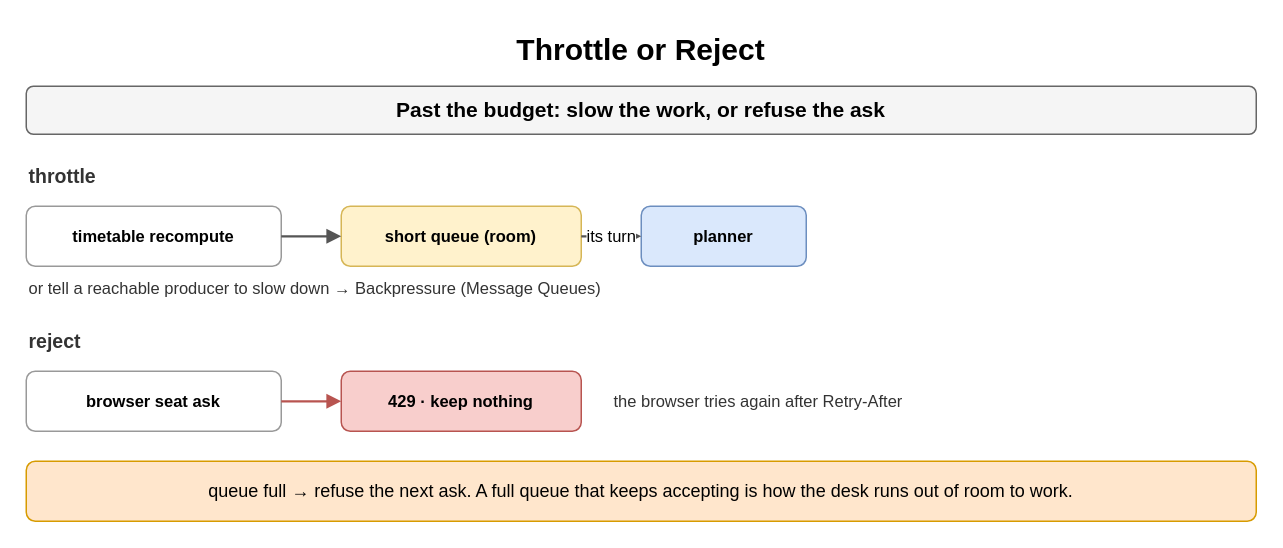
This is page "Throttle or Reject" (3 of 8) of content/09_System_Design_Interview/17_Rate_Limiting_and_Throttling/diagrams/rate-limiting.drawio from amendez13/swe-study-guide, a draw.io file, before an edit. Source tidied: cells renumbered, new cells numbered last; positions are measured from the earlier drawing's top-left corner, leaving out a move shared by most shapes. Both pictures are drawn from the tidied source at 150%, with x=0, y=0 at pixel (26, 26).
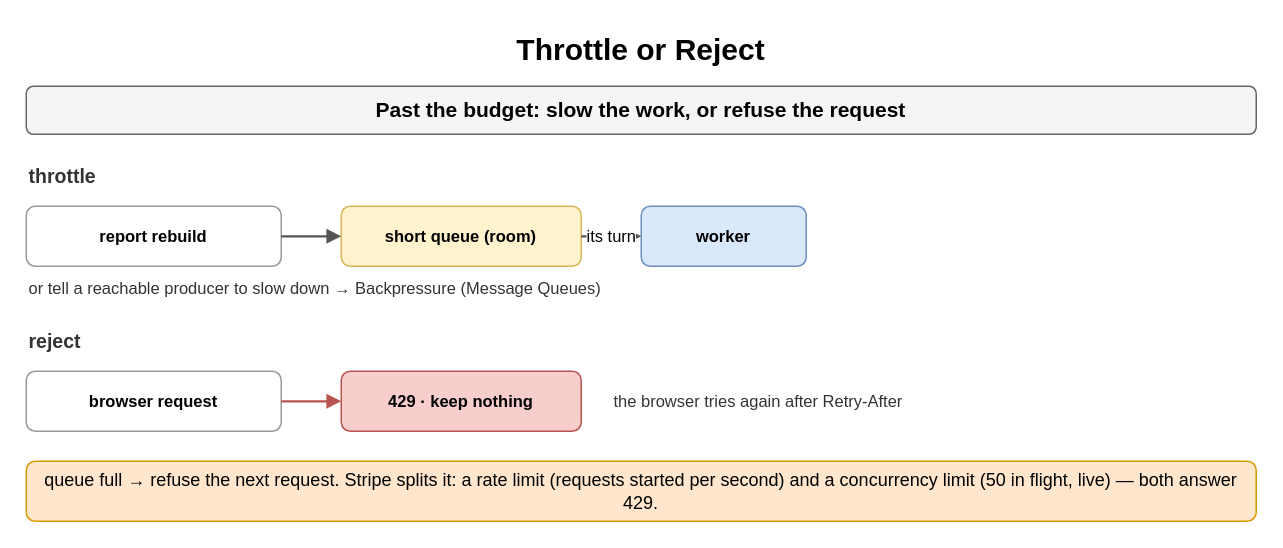
The same page after the edit.

Change to the diagram source:
```diff
@@
 <mxGraphModel>
   <root>
     <mxCell id="0" />
     <mxCell id="1" parent="0" />
     <mxCell id="2" value="Throttle or Reject" style="text;html=1;align=center;verticalAlign=middle;whiteSpace=wrap;fontSize=20;fontStyle=1;" parent="1" vertex="1">
       <mxGeometry width="820" height="30" as="geometry" />
     </mxCell>
-    <mxCell id="3" value="Past the budget: slow the work, or refuse the ask" style="rounded=1;whiteSpace=wrap;html=1;fillColor=#f5f5f5;strokeColor=#666666;fontStyle=1;fontSize=14;" parent="1" vertex="1">
+    <mxCell id="3" value="Past the budget: slow the work, or refuse the request" style="rounded=1;whiteSpace=wrap;html=1;fillColor=#f5f5f5;strokeColor=#666666;fontStyle=1;fontSize=14;" parent="1" vertex="1">
       <mxGeometry y="40" width="820" height="32" as="geometry" />
     </mxCell>
     <mxCell id="4" value="throttle" style="text;html=1;whiteSpace=wrap;fontSize=11;align=left;verticalAlign=middle;fontSize=13;fontColor=#333333;fontStyle=1;" parent="1" vertex="1">
       <mxGeometry y="90" width="400" height="20" as="geometry" />
     </mxCell>
-    <mxCell id="5" value="timetable recompute" style="rounded=1;whiteSpace=wrap;html=1;fillColor=#ffffff;strokeColor=#999999;fontSize=11;align=center;fontStyle=1;" parent="1" vertex="1">
+    <mxCell id="5" value="report rebuild" style="rounded=1;whiteSpace=wrap;html=1;fillColor=#ffffff;strokeColor=#999999;fontSize=11;align=center;fontStyle=1;" parent="1" vertex="1">
       <mxGeometry y="120" width="170" height="40" as="geometry" />
     </mxCell>
     <mxCell id="6" value="short queue (room)" style="rounded=1;whiteSpace=wrap;html=1;fillColor=#fff2cc;strokeColor=#d6b656;fontSize=11;align=center;fontStyle=1;" parent="1" vertex="1">
       <mxGeometry x="210" y="120" width="160" height="40" as="geometry" />
     </mxCell>
-    <mxCell id="7" value="planner" style="rounded=1;whiteSpace=wrap;html=1;fillColor=#dae8fc;strokeColor=#6c8ebf;fontSize=11;align=center;fontStyle=1;" parent="1" vertex="1">
+    <mxCell id="7" value="worker" style="rounded=1;whiteSpace=wrap;html=1;fillColor=#dae8fc;strokeColor=#6c8ebf;fontSize=11;align=center;fontStyle=1;" parent="1" vertex="1">
       <mxGeometry x="410" y="120" width="110" height="40" as="geometry" />
     </mxCell>
     <mxCell id="8" style="endArrow=block;endSize=6;html=1;strokeWidth=1.5;strokeColor=#555555;fontSize=11;labelBackgroundColor=#ffffff;" parent="1" edge="1" source="5" target="6">
       <mxGeometry relative="1" as="geometry" />
     </mxCell>
     <mxCell id="9" value="its turn" style="endArrow=block;endSize=6;html=1;strokeWidth=1.5;strokeColor=#555555;fontSize=11;labelBackgroundColor=#ffffff;" parent="1" edge="1" source="6" target="7">
       <mxGeometry relative="1" as="geometry" />
     </mxCell>
     <mxCell id="10" value="or tell a reachable producer to slow down → Backpressure (Message Queues)" style="text;html=1;whiteSpace=wrap;fontSize=11;align=left;verticalAlign=middle;fontSize=11;fontColor=#333333;" parent="1" vertex="1">
       <mxGeometry y="166" width="600" height="18" as="geometry" />
     </mxCell>
     <mxCell id="11" value="reject" style="text;html=1;whiteSpace=wrap;fontSize=11;align=left;verticalAlign=middle;fontSize=13;fontColor=#333333;fontStyle=1;" parent="1" vertex="1">
       <mxGeometry y="200" width="400" height="20" as="geometry" />
     </mxCell>
-    <mxCell id="12" value="browser seat ask" style="rounded=1;whiteSpace=wrap;html=1;fillColor=#ffffff;strokeColor=#999999;fontSize=11;align=center;fontStyle=1;" parent="1" vertex="1">
+    <mxCell id="12" value="browser request" style="rounded=1;whiteSpace=wrap;html=1;fillColor=#ffffff;strokeColor=#999999;fontSize=11;align=center;fontStyle=1;" parent="1" vertex="1">
       <mxGeometry y="230" width="170" height="40" as="geometry" />
     </mxCell>
     <mxCell id="13" value="429 · keep nothing" style="rounded=1;whiteSpace=wrap;html=1;fillColor=#f8cecc;strokeColor=#b85450;fontSize=11;align=center;fontStyle=1;" parent="1" vertex="1">
       <mxGeometry x="210" y="230" width="160" height="40" as="geometry" />
     </mxCell>
     <mxCell id="14" style="endArrow=block;endSize=6;html=1;strokeWidth=1.5;strokeColor=#b85450;fontSize=11;labelBackgroundColor=#ffffff;fontColor=#b85450;fontStyle=1;" parent="1" edge="1" source="12" target="13">
       <mxGeometry relative="1" as="geometry" />
     </mxCell>
     <mxCell id="15" value="the browser tries again after Retry-After" style="text;html=1;whiteSpace=wrap;fontSize=11;align=left;verticalAlign=middle;fontSize=11;fontColor=#333333;" parent="1" vertex="1">
       <mxGeometry x="390" y="230" width="300" height="40" as="geometry" />
     </mxCell>
-    <mxCell id="16" value="queue full → refuse the next ask. A full queue that keeps accepting is how the desk runs out of room to work." style="rounded=1;whiteSpace=wrap;html=1;fillColor=#ffe6cc;strokeColor=#d79b00;fontSize=12;align=center;" parent="1" vertex="1">
+    <mxCell id="16" value="queue full → refuse the next request. Stripe splits it: a rate limit (requests started per second) and a concurrency limit (50 in flight, live) — both answer 429." style="rounded=1;whiteSpace=wrap;html=1;fillColor=#ffe6cc;strokeColor=#d79b00;fontSize=12;align=center;" parent="1" vertex="1">
       <mxGeometry y="290" width="820" height="40" as="geometry" />
     </mxCell>
   </root>
 </mxGraphModel>
```
